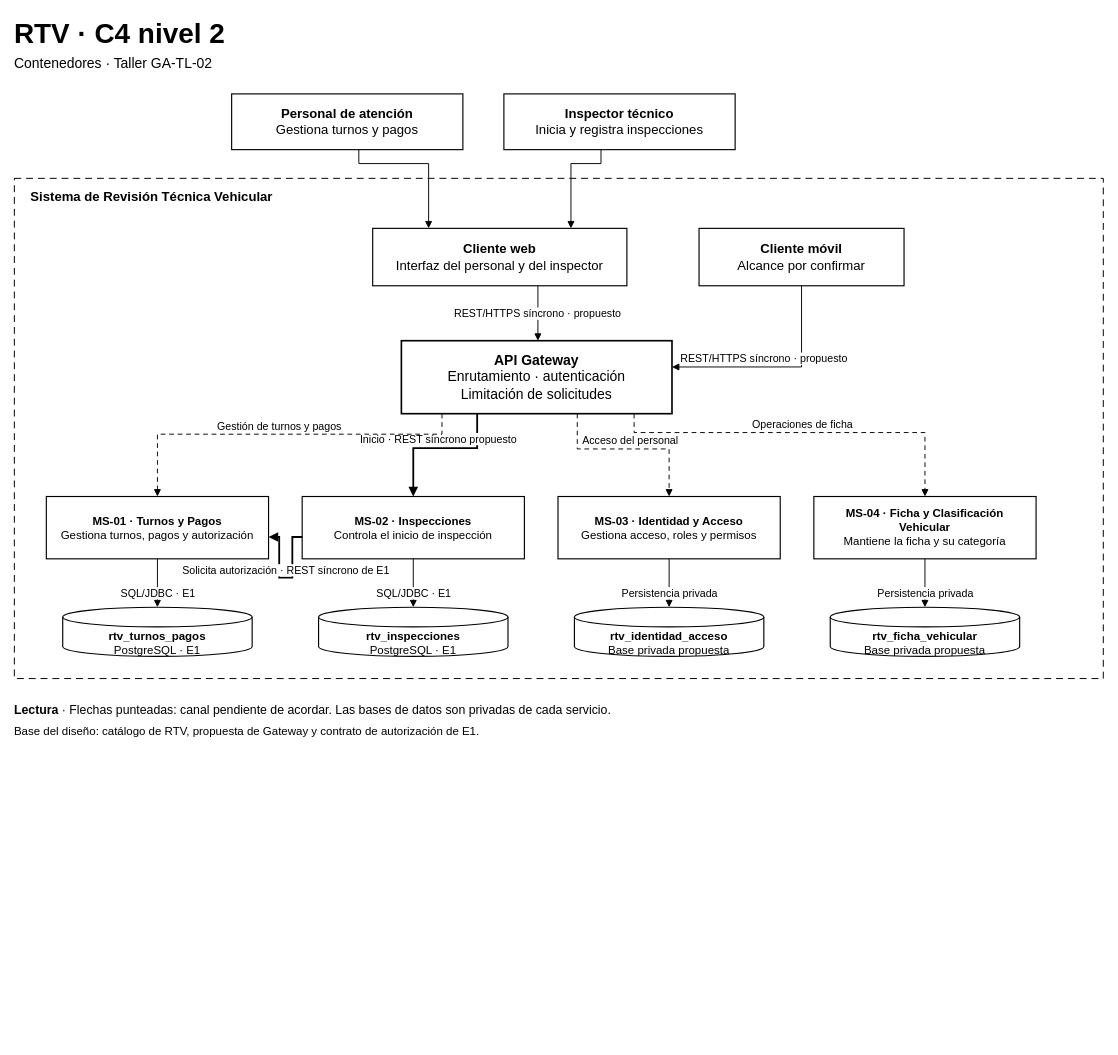
Earlier version of the draw.io diagram docs/diagramas/c4-n2-microservicios.drawio (BryanLomb/GA-TL-02-FORM---Taller-Dise-o-de-Arquitectura-de-Microservicios-para-el-PFC). Source tidied: cells renumbered, new cells numbered last; positions are measured from the earlier drawing's top-left corner, leaving out a move shared by most shapes. Both pictures are drawn from the tidied source at 82%, with x=0, y=0 at pixel (14, 14).
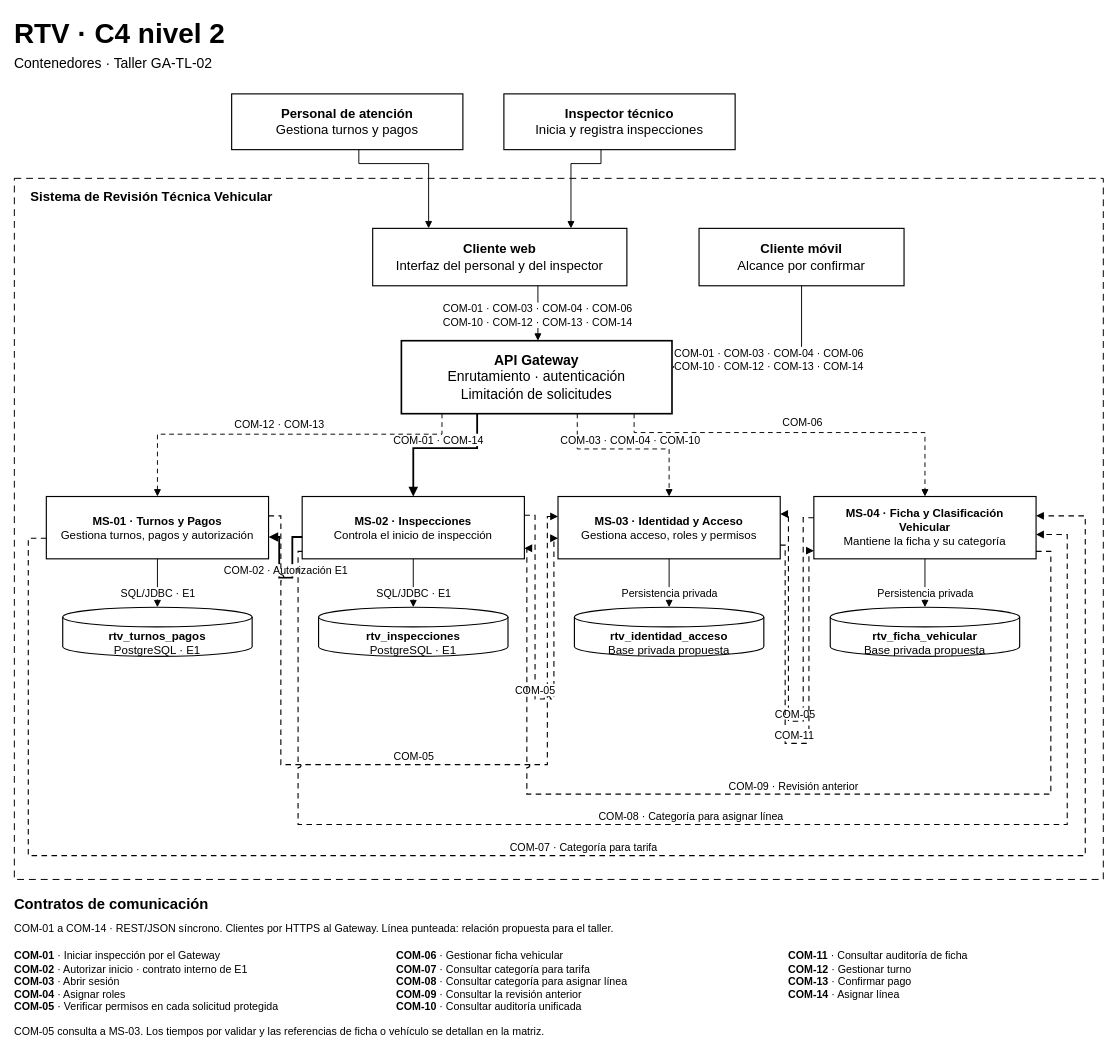
The same page after the edit.

Commit message (it also covers changes not shown here):
Integre los contratos de comunicación en el diagrama C4

Unchanged cells that the change refers to:
```xml
<mxCell id="8" value="&lt;b&gt;Cliente web&lt;/b&gt;&lt;br&gt;Interfaz del personal y del inspector" style="whiteSpace=wrap;html=1;fontFamily=Helvetica;fontColor=#000000;fontSize=16;rounded=0;spacing=5;strokeWidth=1.4;fillColor=#ffffff;strokeColor=#000000;" parent="1" vertex="1">
  <mxGeometry x="437" y="261" width="310" height="70" as="geometry" />
</mxCell>
<mxCell id="9" value="&lt;b&gt;Cliente móvil&lt;/b&gt;&lt;br&gt;Alcance por confirmar" style="whiteSpace=wrap;html=1;fontFamily=Helvetica;fontColor=#000000;fontSize=16;rounded=0;spacing=5;strokeWidth=1.4;fillColor=#ffffff;strokeColor=#000000;" parent="1" vertex="1">
  <mxGeometry x="835" y="261" width="250" height="70" as="geometry" />
</mxCell>
<mxCell id="10" value="&lt;b&gt;API Gateway&lt;/b&gt;&lt;br&gt;Enrutamiento · autenticación&lt;br&gt;Limitación de solicitudes" style="whiteSpace=wrap;html=1;fontFamily=Helvetica;fontColor=#000000;fontSize=17;rounded=0;spacing=5;strokeWidth=2;fillColor=#ffffff;strokeColor=#000000;" parent="1" vertex="1">
  <mxGeometry x="472" y="398" width="330" height="89" as="geometry" />
</mxCell>
<mxCell id="11" value="&lt;b&gt;MS-01 · Turnos y Pagos&lt;/b&gt;&lt;br&gt;Gestiona turnos, pagos y autorización" style="whiteSpace=wrap;html=1;fontFamily=Helvetica;fontColor=#000000;fontSize=14;rounded=0;spacing=5;strokeWidth=1.4;fillColor=#ffffff;strokeColor=#000000;" parent="1" vertex="1">
  <mxGeometry x="39" y="588" width="271" height="76" as="geometry" />
</mxCell>
<mxCell id="13" value="&lt;b&gt;MS-02 · Inspecciones&lt;/b&gt;&lt;br&gt;Controla el inicio de inspección" style="whiteSpace=wrap;html=1;fontFamily=Helvetica;fontColor=#000000;fontSize=14;rounded=0;spacing=5;strokeWidth=1.4;fillColor=#ffffff;strokeColor=#000000;" parent="1" vertex="1">
  <mxGeometry x="351" y="588" width="271" height="76" as="geometry" />
</mxCell>
<mxCell id="15" value="&lt;b&gt;MS-03 · Identidad y Acceso&lt;/b&gt;&lt;br&gt;Gestiona acceso, roles y permisos" style="whiteSpace=wrap;html=1;fontFamily=Helvetica;fontColor=#000000;fontSize=14;rounded=0;spacing=5;strokeWidth=1.4;fillColor=#ffffff;strokeColor=#000000;" parent="1" vertex="1">
  <mxGeometry x="663" y="588" width="271" height="76" as="geometry" />
</mxCell>
<mxCell id="17" value="&lt;b&gt;MS-04 · Ficha y Clasificación&lt;br&gt;Vehicular&lt;/b&gt;&lt;br&gt;Mantiene la ficha y su categoría" style="whiteSpace=wrap;html=1;fontFamily=Helvetica;fontColor=#000000;fontSize=14;rounded=0;spacing=5;strokeWidth=1.4;fillColor=#ffffff;strokeColor=#000000;" parent="1" vertex="1">
  <mxGeometry x="975" y="588" width="271" height="76" as="geometry" />
</mxCell>
```

Change to the diagram source:
```diff
@@
     <mxCell id="6" style="whiteSpace=wrap;html=1;fontFamily=Helvetica;fontColor=#000000;fontSize=16;rounded=0;strokeWidth=1.2;dashed=1;dashPattern=7 5;fillColor=#ffffff;strokeColor=#000000;" parent="1" vertex="1">
-      <mxGeometry y="200" width="1328" height="610" as="geometry" />
+      <mxGeometry y="200" width="1328" height="855" as="geometry" />
     </mxCell>
@@
-    <mxCell id="19" value="&lt;b&gt;Lectura&lt;/b&gt; · Flechas punteadas: canal pendiente de acordar. Las bases de datos son privadas de cada servicio." style="whiteSpace=wrap;html=1;fontFamily=Helvetica;fontColor=#000000;fontSize=15;text;strokeColor=none;fillColor=none;align=left;verticalAlign=middle;spacing=0;" parent="1" vertex="1">
-      <mxGeometry y="835" width="1328" height="25" as="geometry" />
-    </mxCell>
-    <mxCell id="20" value="Base del diseño: catálogo de RTV, propuesta de Gateway y contrato de autorización de E1." style="whiteSpace=wrap;html=1;fontFamily=Helvetica;fontColor=#000000;fontSize=14;text;strokeColor=none;fillColor=none;align=left;verticalAlign=middle;spacing=0;" parent="1" vertex="1">
-      <mxGeometry y="863" width="1328" height="22" as="geometry" />
-    </mxCell>
@@
-    <mxCell id="27" value="REST/HTTPS síncrono · propuesto" style="noEdgeStyle=1;orthogonal=1;rounded=0;html=1;strokeColor=#000000;fontFamily=Helvetica;fontColor=#000000;fontSize=13;labelBackgroundColor=#ffffff;endArrow=block;endFill=1;startArrow=none;strokeWidth=1.15;jumpStyle=none;exitX=0.65;exitY=1;exitDx=0;exitDy=0;exitPerimeter=0;entryX=0.504545;entryY=0;entryDx=0;entryDy=0;entryPerimeter=0;" parent="1" edge="1" source="8" target="10">
-      <mxGeometry relative="1" as="geometry" />
+    <mxCell id="27" value="COM-01 · COM-03 · COM-04 · COM-06&lt;br&gt;COM-10 · COM-12 · COM-13 · COM-14" style="noEdgeStyle=1;orthogonal=1;rounded=0;html=1;strokeColor=#000000;fontFamily=Helvetica;fontColor=#000000;fontSize=13;labelBackgroundColor=#ffffff;endArrow=block;endFill=1;startArrow=none;strokeWidth=1.15;jumpStyle=none;exitX=0.65;exitY=1;exitDx=0;exitDy=0;exitPerimeter=0;entryX=0.504545;entryY=0;entryDx=0;entryDy=0;entryPerimeter=0;" parent="1" edge="1" source="8" target="10">
+      <mxGeometry x="0.08" relative="1" as="geometry" />
     </mxCell>
-    <mxCell id="28" value="REST/HTTPS síncrono · propuesto" style="noEdgeStyle=1;orthogonal=1;rounded=0;html=1;strokeColor=#000000;fontFamily=Helvetica;fontColor=#000000;fontSize=13;labelBackgroundColor=#ffffff;endArrow=block;endFill=1;startArrow=none;strokeWidth=1.15;jumpStyle=none;exitX=0.5;exitY=1;exitDx=0;exitDy=0;exitPerimeter=0;entryX=1;entryY=0.36;entryDx=0;entryDy=0;entryPerimeter=0;" parent="1" edge="1" source="9" target="10">
-      <mxGeometry x="0.13" relative="1" as="geometry">
+    <mxCell id="28" value="COM-01 · COM-03 · COM-04 · COM-06&lt;br&gt;COM-10 · COM-12 · COM-13 · COM-14" style="noEdgeStyle=1;orthogonal=1;rounded=0;html=1;strokeColor=#000000;fontFamily=Helvetica;fontColor=#000000;fontSize=13;labelBackgroundColor=#ffffff;endArrow=block;endFill=1;startArrow=none;strokeWidth=1.15;jumpStyle=none;exitX=0.5;exitY=1;exitDx=0;exitDy=0;exitPerimeter=0;entryX=1;entryY=0.36;entryDx=0;entryDy=0;entryPerimeter=0;" parent="1" edge="1" source="9" target="10">
+      <mxGeometry x="0.08" relative="1" as="geometry">
         <Array as="points">
           <mxPoint x="960" y="430" />
         </Array>
-        <mxPoint y="-10" as="offset" />
+        <mxPoint y="-9" as="offset" />
       </mxGeometry>
     </mxCell>
-    <mxCell id="29" value="Inicio · REST síncrono propuesto" style="noEdgeStyle=1;orthogonal=1;rounded=0;html=1;strokeColor=#000000;fontFamily=Helvetica;fontColor=#000000;fontSize=13;labelBackgroundColor=#ffffff;endArrow=block;endFill=1;startArrow=none;strokeWidth=2.2;jumpStyle=none;exitX=0.28;exitY=1;exitDx=0;exitDy=0;exitPerimeter=0;entryX=0.5;entryY=0;entryDx=0;entryDy=0;entryPerimeter=0;" parent="1" edge="1" source="10" target="13">
+    <mxCell id="29" value="COM-01 · COM-14" style="noEdgeStyle=1;orthogonal=1;rounded=0;html=1;strokeColor=#000000;fontFamily=Helvetica;fontColor=#000000;fontSize=13;labelBackgroundColor=#ffffff;endArrow=block;endFill=1;startArrow=none;strokeWidth=2.2;jumpStyle=none;exitX=0.28;exitY=1;exitDx=0;exitDy=0;exitPerimeter=0;entryX=0.5;entryY=0;entryDx=0;entryDy=0;entryPerimeter=0;" parent="1" edge="1" source="10" target="13">
       <mxGeometry relative="1" as="geometry">
         <Array as="points">
           <mxPoint x="564.4" y="529" />
           <mxPoint x="486.5" y="529" />
         </Array>
-        <mxPoint y="-11" as="offset" />
+        <mxPoint y="-10" as="offset" />
       </mxGeometry>
     </mxCell>
-    <mxCell id="30" value="Gestión de turnos y pagos" style="noEdgeStyle=1;orthogonal=1;rounded=0;html=1;strokeColor=#000000;fontFamily=Helvetica;fontColor=#000000;fontSize=13;labelBackgroundColor=#ffffff;endArrow=block;endFill=1;startArrow=none;strokeWidth=1.15;dashed=1;dashPattern=5 4;jumpStyle=arc;jumpSize=7;exitX=0.15;exitY=1;exitDx=0;exitDy=0;exitPerimeter=0;entryX=0.5;entryY=0;entryDx=0;entryDy=0;entryPerimeter=0;" parent="1" edge="1" source="10" target="11">
+    <mxCell id="30" value="COM-12 · COM-13" style="noEdgeStyle=1;orthogonal=1;rounded=0;html=1;strokeColor=#000000;fontFamily=Helvetica;fontColor=#000000;fontSize=13;labelBackgroundColor=#ffffff;endArrow=block;endFill=1;startArrow=none;strokeWidth=1.15;dashed=1;dashPattern=5 4;jumpStyle=arc;jumpSize=7;exitX=0.15;exitY=1;exitDx=0;exitDy=0;exitPerimeter=0;entryX=0.5;entryY=0;entryDx=0;entryDy=0;entryPerimeter=0;" parent="1" edge="1" source="10" target="11">
       <mxGeometry relative="1" as="geometry">
         <Array as="points">
           <mxPoint x="521.5" y="512" />
           <mxPoint x="174.5" y="512" />
         </Array>
-        <mxPoint y="-10" as="offset" />
+        <mxPoint y="-12" as="offset" />
       </mxGeometry>
     </mxCell>
-    <mxCell id="31" value="Acceso del personal" style="noEdgeStyle=1;orthogonal=1;rounded=0;html=1;strokeColor=#000000;fontFamily=Helvetica;fontColor=#000000;fontSize=13;labelBackgroundColor=#ffffff;endArrow=block;endFill=1;startArrow=none;strokeWidth=1.15;dashed=1;dashPattern=5 4;jumpStyle=arc;jumpSize=7;exitX=0.65;exitY=1;exitDx=0;exitDy=0;exitPerimeter=0;entryX=0.5;entryY=0;entryDx=0;entryDy=0;entryPerimeter=0;" parent="1" edge="1" source="10" target="15">
+    <mxCell id="31" value="COM-03 · COM-04 · COM-10" style="noEdgeStyle=1;orthogonal=1;rounded=0;html=1;strokeColor=#000000;fontFamily=Helvetica;fontColor=#000000;fontSize=13;labelBackgroundColor=#ffffff;endArrow=block;endFill=1;startArrow=none;strokeWidth=1.15;dashed=1;dashPattern=5 4;jumpStyle=arc;jumpSize=7;exitX=0.65;exitY=1;exitDx=0;exitDy=0;exitPerimeter=0;entryX=0.5;entryY=0;entryDx=0;entryDy=0;entryPerimeter=0;" parent="1" edge="1" source="10" target="15">
       <mxGeometry relative="1" as="geometry">
         <Array as="points">
           <mxPoint x="686.5" y="530" />
           <mxPoint x="798.5" y="530" />
         </Array>
         <mxPoint y="-10" as="offset" />
       </mxGeometry>
     </mxCell>
-    <mxCell id="32" value="Operaciones de ficha" style="noEdgeStyle=1;orthogonal=1;rounded=0;html=1;strokeColor=#000000;fontFamily=Helvetica;fontColor=#000000;fontSize=13;labelBackgroundColor=#ffffff;endArrow=block;endFill=1;startArrow=none;strokeWidth=1.15;dashed=1;dashPattern=5 4;jumpStyle=arc;jumpSize=7;exitX=0.86;exitY=1;exitDx=0;exitDy=0;exitPerimeter=0;entryX=0.5;entryY=0;entryDx=0;entryDy=0;entryPerimeter=0;" parent="1" edge="1" source="10" target="17">
+    <mxCell id="32" value="COM-06" style="noEdgeStyle=1;orthogonal=1;rounded=0;html=1;strokeColor=#000000;fontFamily=Helvetica;fontColor=#000000;fontSize=13;labelBackgroundColor=#ffffff;endArrow=block;endFill=1;startArrow=none;strokeWidth=1.15;dashed=1;dashPattern=5 4;jumpStyle=arc;jumpSize=7;exitX=0.86;exitY=1;exitDx=0;exitDy=0;exitPerimeter=0;entryX=0.5;entryY=0;entryDx=0;entryDy=0;entryPerimeter=0;" parent="1" edge="1" source="10" target="17">
       <mxGeometry relative="1" as="geometry">
         <Array as="points">
           <mxPoint x="755.8" y="510" />
           <mxPoint x="1110.5" y="510" />
         </Array>
-        <mxPoint y="-10" as="offset" />
+        <mxPoint y="-12" as="offset" />
       </mxGeometry>
     </mxCell>
-    <mxCell id="33" value="Solicita autorización · REST síncrono de E1" style="noEdgeStyle=1;orthogonal=1;rounded=0;html=1;strokeColor=#000000;fontFamily=Helvetica;fontColor=#000000;fontSize=13;labelBackgroundColor=#ffffff;endArrow=block;endFill=1;startArrow=none;strokeWidth=2.2;jumpStyle=none;exitX=0;exitY=0.65;exitDx=0;exitDy=0;exitPerimeter=0;entryX=1;entryY=0.65;entryDx=0;entryDy=0;entryPerimeter=0;" parent="1" edge="1" source="13" target="11">
+    <mxCell id="33" value="COM-02 · Autorización E1" style="noEdgeStyle=1;orthogonal=1;rounded=0;html=1;strokeColor=#000000;fontFamily=Helvetica;fontColor=#000000;fontSize=13;labelBackgroundColor=#ffffff;endArrow=block;endFill=1;startArrow=none;strokeWidth=2.2;jumpStyle=none;exitX=0;exitY=0.65;exitDx=0;exitDy=0;exitPerimeter=0;entryX=1;entryY=0.65;entryDx=0;entryDy=0;entryPerimeter=0;" parent="1" edge="1" source="13" target="11">
       <mxGeometry relative="1" as="geometry">
         <Array as="points">
           <mxPoint x="339" y="637.4" />
           <mxPoint x="339" y="687" />
           <mxPoint x="323" y="687" />
           <mxPoint x="323" y="637.4" />
         </Array>
         <mxPoint y="-9" as="offset" />
       </mxGeometry>
     </mxCell>
+    <mxCell id="34" value="COM-05" style="noEdgeStyle=1;orthogonal=1;rounded=0;html=1;strokeColor=#000000;fontFamily=Helvetica;fontColor=#000000;fontSize=13;labelBackgroundColor=#ffffff;endArrow=block;endFill=1;startArrow=none;strokeWidth=1.35;dashed=1;dashPattern=5 4;jumpStyle=arc;jumpSize=7;exitX=1;exitY=0.31;exitPerimeter=0;entryX=0;entryY=0.32;entryPerimeter=0;" parent="1" edge="1" source="11" target="15">
+      <mxGeometry relative="1" as="geometry">
+        <Array as="points">
+          <mxPoint x="325" y="611.6" />
+          <mxPoint x="325" y="915" />
+          <mxPoint x="650" y="915" />
+          <mxPoint x="650" y="612.3" />
+        </Array>
+        <mxPoint y="-10" as="offset" />
+      </mxGeometry>
+    </mxCell>
+    <mxCell id="35" value="COM-05" style="noEdgeStyle=1;orthogonal=1;rounded=0;html=1;strokeColor=#000000;fontFamily=Helvetica;fontColor=#000000;fontSize=13;labelBackgroundColor=#ffffff;endArrow=block;endFill=1;startArrow=none;strokeWidth=1.35;dashed=1;dashPattern=5 4;jumpStyle=arc;jumpSize=7;exitX=1;exitY=0.3;exitPerimeter=0;entryX=0;entryY=0.67;entryPerimeter=0;" parent="1" edge="1" source="13" target="15">
+      <mxGeometry x="0.02" relative="1" as="geometry">
+        <Array as="points">
+          <mxPoint x="635" y="610.8" />
+          <mxPoint x="635" y="835" />
+          <mxPoint x="658" y="835" />
+          <mxPoint x="658" y="638.9" />
+        </Array>
+        <mxPoint y="-9" as="offset" />
+      </mxGeometry>
+    </mxCell>
+    <mxCell id="36" value="COM-05" style="noEdgeStyle=1;orthogonal=1;rounded=0;html=1;strokeColor=#000000;fontFamily=Helvetica;fontColor=#000000;fontSize=13;labelBackgroundColor=#ffffff;endArrow=block;endFill=1;startArrow=none;strokeWidth=1.35;dashed=1;dashPattern=5 4;jumpStyle=arc;jumpSize=7;exitX=0;exitY=0.34;exitPerimeter=0;entryX=1;entryY=0.28;entryPerimeter=0;" parent="1" edge="1" source="17" target="15">
+      <mxGeometry relative="1" as="geometry">
+        <Array as="points">
+          <mxPoint x="962" y="613.8" />
+          <mxPoint x="962" y="862" />
+          <mxPoint x="944" y="862" />
+          <mxPoint x="944" y="609.3" />
+        </Array>
+        <mxPoint y="-9" as="offset" />
+      </mxGeometry>
+    </mxCell>
+    <mxCell id="37" value="COM-07 · Categoría para tarifa" style="noEdgeStyle=1;orthogonal=1;rounded=0;html=1;strokeColor=#000000;fontFamily=Helvetica;fontColor=#000000;fontSize=13;labelBackgroundColor=#ffffff;endArrow=block;endFill=1;startArrow=none;strokeWidth=1.35;dashed=1;dashPattern=5 4;jumpStyle=arc;jumpSize=7;exitX=0;exitY=0.67;exitPerimeter=0;entryX=1;entryY=0.31;entryPerimeter=0;" parent="1" edge="1" source="11" target="17">
+      <mxGeometry relative="1" as="geometry">
+        <Array as="points">
+          <mxPoint x="17" y="638.9" />
+          <mxPoint x="17" y="1026" />
+          <mxPoint x="1306" y="1026" />
+          <mxPoint x="1306" y="611.6" />
+        </Array>
+        <mxPoint y="-10" as="offset" />
+      </mxGeometry>
+    </mxCell>
+    <mxCell id="38" value="COM-08 · Categoría para asignar línea" style="noEdgeStyle=1;orthogonal=1;rounded=0;html=1;strokeColor=#000000;fontFamily=Helvetica;fontColor=#000000;fontSize=13;labelBackgroundColor=#ffffff;endArrow=block;endFill=1;startArrow=none;strokeWidth=1.35;dashed=1;dashPattern=5 4;jumpStyle=arc;jumpSize=7;exitX=0;exitY=0.88;exitPerimeter=0;entryX=1;entryY=0.61;entryPerimeter=0;" parent="1" edge="1" source="13" target="17">
+      <mxGeometry x="-0.02" relative="1" as="geometry">
+        <Array as="points">
+          <mxPoint x="346" y="654.9" />
+          <mxPoint x="346" y="988" />
+          <mxPoint x="1284" y="988" />
+          <mxPoint x="1284" y="634.4" />
+        </Array>
+        <mxPoint y="-10" as="offset" />
+      </mxGeometry>
+    </mxCell>
+    <mxCell id="39" value="COM-09 · Revisión anterior" style="noEdgeStyle=1;orthogonal=1;rounded=0;html=1;strokeColor=#000000;fontFamily=Helvetica;fontColor=#000000;fontSize=13;labelBackgroundColor=#ffffff;endArrow=block;endFill=1;startArrow=none;strokeWidth=1.35;dashed=1;dashPattern=5 4;jumpStyle=arc;jumpSize=7;exitX=1;exitY=0.88;exitPerimeter=0;entryX=1;entryY=0.83;entryPerimeter=0;" parent="1" edge="1" source="17" target="13">
+      <mxGeometry relative="1" as="geometry">
+        <Array as="points">
+          <mxPoint x="1264" y="654.9" />
+          <mxPoint x="1264" y="951" />
+          <mxPoint x="625" y="951" />
+          <mxPoint x="625" y="651.1" />
+        </Array>
+        <mxPoint y="-10" as="offset" />
+      </mxGeometry>
+    </mxCell>
+    <mxCell id="40" value="COM-11" style="noEdgeStyle=1;orthogonal=1;rounded=0;html=1;strokeColor=#000000;fontFamily=Helvetica;fontColor=#000000;fontSize=13;labelBackgroundColor=#ffffff;endArrow=block;endFill=1;startArrow=none;strokeWidth=1.35;dashed=1;dashPattern=5 4;jumpStyle=arc;jumpSize=7;exitX=1;exitY=0.78;exitPerimeter=0;entryX=0;entryY=0.87;entryPerimeter=0;" parent="1" edge="1" source="15" target="17">
+      <mxGeometry relative="1" as="geometry">
+        <Array as="points">
+          <mxPoint x="940" y="647.3" />
+          <mxPoint x="940" y="889" />
+          <mxPoint x="969" y="889" />
+          <mxPoint x="969" y="654.1" />
+        </Array>
+        <mxPoint y="-10" as="offset" />
+      </mxGeometry>
+    </mxCell>
+    <mxCell id="41" value="Contratos de comunicación" style="text;html=1;whiteSpace=wrap;overflow=visible;strokeColor=none;fillColor=none;align=left;verticalAlign=top;spacing=0;fontFamily=Helvetica;fontColor=#000000;fontSize=18;fontStyle=1;" parent="1" vertex="1">
+      <mxGeometry y="1071" width="500" height="26" as="geometry" />
+    </mxCell>
+    <mxCell id="42" value="COM-01 a COM-14 · REST/JSON síncrono. Clientes por HTTPS al Gateway. Línea punteada: relación propuesta para el taller." style="text;html=1;whiteSpace=wrap;overflow=visible;strokeColor=none;fillColor=none;align=left;verticalAlign=top;spacing=0;fontFamily=Helvetica;fontColor=#000000;fontSize=13;" parent="1" vertex="1">
+      <mxGeometry y="1103" width="1315" height="22" as="geometry" />
+    </mxCell>
+    <mxCell id="43" value="&lt;b&gt;COM-01&lt;/b&gt; · Iniciar inspección por el Gateway&lt;br&gt;&lt;b&gt;COM-02&lt;/b&gt; · Autorizar inicio · contrato interno de E1&lt;br&gt;&lt;b&gt;COM-03&lt;/b&gt; · Abrir sesión&lt;br&gt;&lt;b&gt;COM-04&lt;/b&gt; · Asignar roles&lt;br&gt;&lt;b&gt;COM-05&lt;/b&gt; · Verificar permisos en cada solicitud protegida" style="text;html=1;whiteSpace=wrap;overflow=visible;strokeColor=none;fillColor=none;align=left;verticalAlign=top;spacing=0;fontFamily=Helvetica;fontColor=#000000;fontSize=13;" parent="1" vertex="1">
+      <mxGeometry y="1136" width="435" height="105" as="geometry" />
+    </mxCell>
+    <mxCell id="44" value="&lt;b&gt;COM-06&lt;/b&gt; · Gestionar ficha vehicular&lt;br&gt;&lt;b&gt;COM-07&lt;/b&gt; · Consultar categoría para tarifa&lt;br&gt;&lt;b&gt;COM-08&lt;/b&gt; · Consultar categoría para asignar línea&lt;br&gt;&lt;b&gt;COM-09&lt;/b&gt; · Consultar la revisión anterior&lt;br&gt;&lt;b&gt;COM-10&lt;/b&gt; · Consultar auditoría unificada" style="text;html=1;whiteSpace=wrap;overflow=visible;strokeColor=none;fillColor=none;align=left;verticalAlign=top;spacing=0;fontFamily=Helvetica;fontColor=#000000;fontSize=13;" parent="1" vertex="1">
+      <mxGeometry x="466" y="1136" width="450" height="105" as="geometry" />
+    </mxCell>
+    <mxCell id="45" value="&lt;b&gt;COM-11&lt;/b&gt; · Consultar auditoría de ficha&lt;br&gt;&lt;b&gt;COM-12&lt;/b&gt; · Gestionar turno&lt;br&gt;&lt;b&gt;COM-13&lt;/b&gt; · Confirmar pago&lt;br&gt;&lt;b&gt;COM-14&lt;/b&gt; · Asignar línea" style="text;html=1;whiteSpace=wrap;overflow=visible;strokeColor=none;fillColor=none;align=left;verticalAlign=top;spacing=0;fontFamily=Helvetica;fontColor=#000000;fontSize=13;" parent="1" vertex="1">
+      <mxGeometry x="944" y="1136" width="375" height="105" as="geometry" />
+    </mxCell>
+    <mxCell id="46" value="COM-05 consulta a MS-03. Los tiempos por validar y las referencias de ficha o vehículo se detallan en la matriz." style="text;html=1;whiteSpace=wrap;overflow=visible;strokeColor=none;fillColor=none;align=left;verticalAlign=top;spacing=0;fontFamily=Helvetica;fontColor=#000000;fontSize=13;" parent="1" vertex="1">
+      <mxGeometry y="1228" width="1315" height="25" as="geometry" />
+    </mxCell>
```
